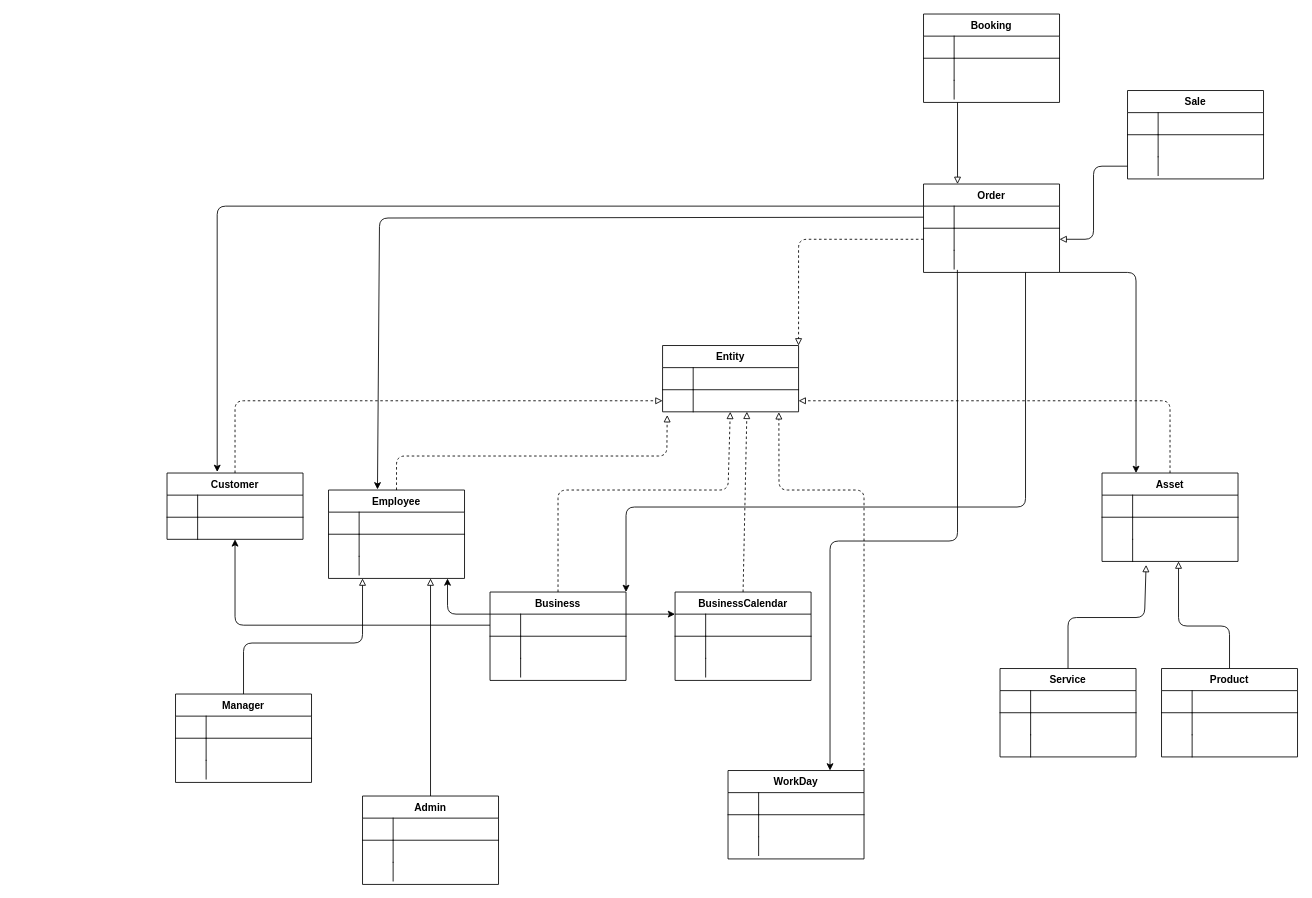
The draw.io diagram docs/Domain Relationship Diagram.drawio in devcicerojr/booksa, before the edit. Source tidied: cells renumbered, new cells numbered last; positions are measured from the earlier drawing's top-left corner, leaving out a move shared by most shapes. Both pictures are drawn from the tidied source at 85%, with x=0, y=0 at pixel (167, 14).
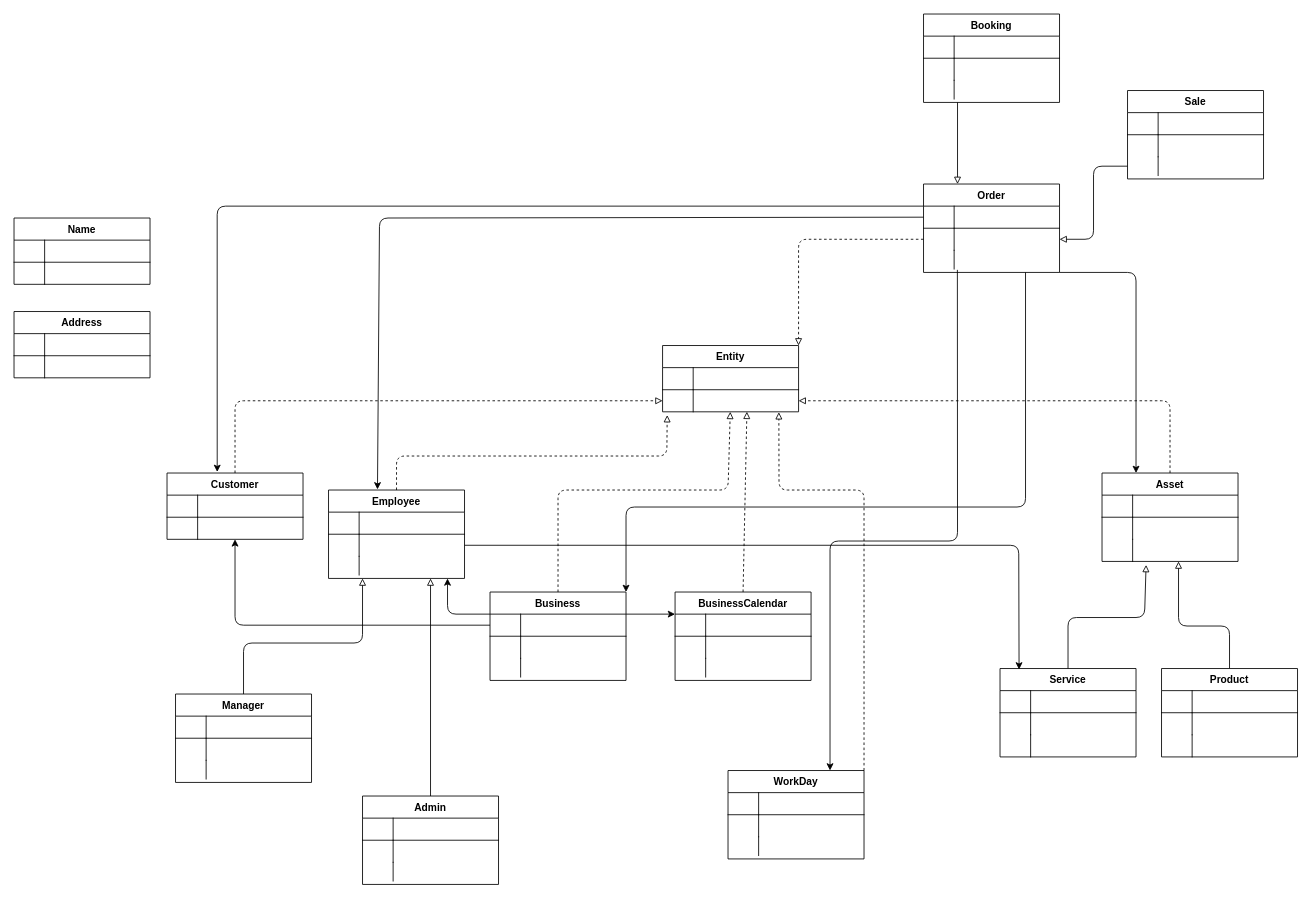
After the change.

Commit message:
Updating docs for domain componennt

The change refers to these unchanged cells:
```xml
<mxCell id="18" style="shape=partialRectangle;top=0;left=0;right=0;bottom=0;align=left;verticalAlign=top;fillColor=none;spacingLeft=40;spacingRight=4;overflow=hidden;points=[[0,0.5],[1,0.5]];portConstraint=eastwest;rounded=0;shadow=0;strokeWidth=1;" parent="15" vertex="1">
  <mxGeometry y="52" width="160" height="26" as="geometry" />
</mxCell>
<mxCell id="27" value="Service" style="swimlane;fontStyle=1;horizontal=1;startSize=26;rounded=0;shadow=0;strokeWidth=1;" parent="1" vertex="1">
  <mxGeometry x="980" y="770" width="160" height="104" as="geometry" />
</mxCell>
```

The edit, as a diff of the source:
```diff
@@
+    <mxCell id="117" value="Address" style="swimlane;fontStyle=1;horizontal=1;startSize=26;rounded=0;shadow=0;strokeWidth=1;" parent="1" vertex="1">
+      <mxGeometry x="-180" y="350" width="160" height="78" as="geometry" />
+    </mxCell>
+    <mxCell id="118" style="shape=partialRectangle;top=0;left=0;right=0;bottom=1;align=left;verticalAlign=top;fillColor=none;spacingLeft=40;spacingRight=4;overflow=hidden;rounded=0;shadow=0;strokeWidth=1;fontStyle=4;" parent="117" vertex="1">
+      <mxGeometry y="26" width="160" height="26" as="geometry" />
+    </mxCell>
+    <mxCell id="119" style="shape=partialRectangle;top=0;left=0;bottom=0;fillColor=none;align=left;verticalAlign=top;spacingLeft=4;spacingRight=4;overflow=hidden;" parent="118" vertex="1">
+      <mxGeometry width="36" height="26" as="geometry" />
+    </mxCell>
+    <mxCell id="120" style="shape=partialRectangle;top=0;left=0;right=0;bottom=0;align=left;verticalAlign=top;fillColor=none;spacingLeft=40;spacingRight=4;overflow=hidden;rounded=0;shadow=0;strokeWidth=1;" parent="117" vertex="1">
+      <mxGeometry y="52" width="160" height="26" as="geometry" />
+    </mxCell>
+    <mxCell id="121" style="shape=partialRectangle;top=0;left=0;bottom=0;fillColor=none;align=left;verticalAlign=top;spacingLeft=4;spacingRight=4;overflow=hidden;" parent="120" vertex="1">
+      <mxGeometry width="36" height="26" as="geometry" />
+    </mxCell>
+    <mxCell id="122" value="Name" style="swimlane;fontStyle=1;horizontal=1;startSize=26;rounded=0;shadow=0;strokeWidth=1;" parent="1" vertex="1">
+      <mxGeometry x="-180" y="240" width="160" height="78" as="geometry" />
+    </mxCell>
+    <mxCell id="123" style="shape=partialRectangle;top=0;left=0;right=0;bottom=1;align=left;verticalAlign=top;fillColor=none;spacingLeft=40;spacingRight=4;overflow=hidden;rounded=0;shadow=0;strokeWidth=1;fontStyle=4;" parent="122" vertex="1">
+      <mxGeometry y="26" width="160" height="26" as="geometry" />
+    </mxCell>
+    <mxCell id="124" style="shape=partialRectangle;top=0;left=0;bottom=0;fillColor=none;align=left;verticalAlign=top;spacingLeft=4;spacingRight=4;overflow=hidden;" parent="123" vertex="1">
+      <mxGeometry width="36" height="26" as="geometry" />
+    </mxCell>
+    <mxCell id="125" style="shape=partialRectangle;top=0;left=0;right=0;bottom=0;align=left;verticalAlign=top;fillColor=none;spacingLeft=40;spacingRight=4;overflow=hidden;rounded=0;shadow=0;strokeWidth=1;" parent="122" vertex="1">
+      <mxGeometry y="52" width="160" height="26" as="geometry" />
+    </mxCell>
+    <mxCell id="126" style="shape=partialRectangle;top=0;left=0;bottom=0;fillColor=none;align=left;verticalAlign=top;spacingLeft=4;spacingRight=4;overflow=hidden;" parent="125" vertex="1">
+      <mxGeometry width="36" height="26" as="geometry" />
+    </mxCell>
+    <mxCell id="127" style="endArrow=classic;html=1;exitX=1;exitY=0.5;exitDx=0;exitDy=0;entryX=0.14;entryY=0.011;entryDx=0;entryDy=0;entryPerimeter=0;" parent="1" edge="1" source="18" target="27">
+      <mxGeometry relative="1" as="geometry">
+        <Array as="points">
+          <mxPoint x="1002" y="625" />
+        </Array>
+      </mxGeometry>
+    </mxCell>
```
